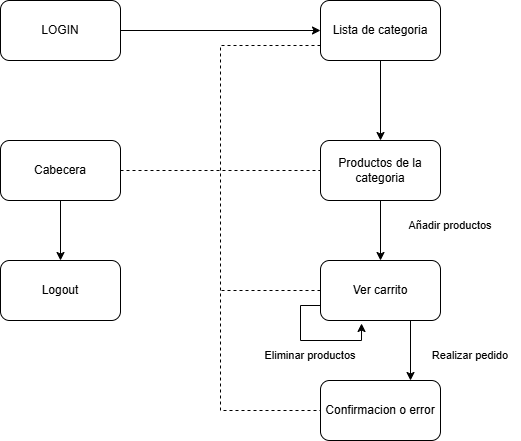
The draw.io diagram PHP/Extraordinaria/AplicacionPHP/1. Diseño.drawio.png in lugosi92/D.A.W.2, before a commit. Source tidied: cells renumbered, new cells last; positions are measured from the earlier drawing's top-left corner, leaving out a move shared by most shapes. Its diagram source:
```xml
<mxGraphModel>
  <root>
    <mxCell id="0" />
    <mxCell id="1" parent="0" />
    <mxCell id="2" style="edgeStyle=orthogonalEdgeStyle;rounded=0;jettySize=auto;html=1;exitX=1;exitY=0.5;exitDx=0;exitDy=0;entryX=0;entryY=0.5;entryDx=0;entryDy=0;" parent="1" edge="1" source="3" target="6">
      <mxGeometry relative="1" as="geometry" />
    </mxCell>
    <mxCell id="3" value="LOGIN" style="rounded=1;whiteSpace=wrap;html=1;" parent="1" vertex="1">
      <mxGeometry width="120" height="60" as="geometry" />
    </mxCell>
    <mxCell id="4" style="edgeStyle=orthogonalEdgeStyle;rounded=0;jettySize=auto;html=1;exitX=0.5;exitY=1;exitDx=0;exitDy=0;entryX=0.5;entryY=0;entryDx=0;entryDy=0;" parent="1" edge="1" source="6" target="8">
      <mxGeometry relative="1" as="geometry" />
    </mxCell>
    <mxCell id="5" style="edgeStyle=orthogonalEdgeStyle;shape=connector;rounded=0;jettySize=auto;html=1;exitX=0;exitY=0.75;exitDx=0;exitDy=0;entryX=0;entryY=0.5;entryDx=0;entryDy=0;dashed=1;strokeColor=default;align=center;verticalAlign=middle;fontFamily=Helvetica;fontSize=11;fontColor=default;labelBackgroundColor=default;startFill=0;endArrow=none;" parent="1" edge="1" source="6" target="12">
      <mxGeometry relative="1" as="geometry">
        <Array as="points">
          <mxPoint x="220" y="45" />
          <mxPoint x="220" y="410" />
        </Array>
      </mxGeometry>
    </mxCell>
    <mxCell id="6" value="Lista de categoria" style="rounded=1;whiteSpace=wrap;html=1;" parent="1" vertex="1">
      <mxGeometry x="320" width="120" height="60" as="geometry" />
    </mxCell>
    <mxCell id="7" style="edgeStyle=orthogonalEdgeStyle;rounded=0;jettySize=auto;html=1;exitX=0.5;exitY=1;exitDx=0;exitDy=0;entryX=0.5;entryY=0;entryDx=0;entryDy=0;" parent="1" edge="1" source="8" target="11">
      <mxGeometry relative="1" as="geometry" />
    </mxCell>
    <mxCell id="8" value="Productos de la categoria" style="rounded=1;whiteSpace=wrap;html=1;" parent="1" vertex="1">
      <mxGeometry x="320" y="140" width="120" height="60" as="geometry" />
    </mxCell>
    <mxCell id="9" style="edgeStyle=orthogonalEdgeStyle;shape=connector;rounded=0;jettySize=auto;html=1;exitX=0;exitY=0.5;exitDx=0;exitDy=0;dashed=1;strokeColor=default;align=center;verticalAlign=middle;fontFamily=Helvetica;fontSize=11;fontColor=default;labelBackgroundColor=default;startFill=0;endArrow=none;" parent="1" edge="1" source="11">
      <mxGeometry relative="1" as="geometry">
        <mxPoint x="220" y="290" as="targetPoint" />
      </mxGeometry>
    </mxCell>
    <mxCell id="10" style="edgeStyle=orthogonalEdgeStyle;shape=connector;rounded=0;jettySize=auto;html=1;exitX=0.75;exitY=1;exitDx=0;exitDy=0;entryX=0.75;entryY=0;entryDx=0;entryDy=0;strokeColor=default;align=center;verticalAlign=middle;fontFamily=Helvetica;fontSize=11;fontColor=default;labelBackgroundColor=default;startFill=0;endArrow=classic;endFill=1;" parent="1" edge="1" source="11" target="12">
      <mxGeometry relative="1" as="geometry" />
    </mxCell>
    <mxCell id="11" value="Ver carrito" style="rounded=1;whiteSpace=wrap;html=1;" parent="1" vertex="1">
      <mxGeometry x="320" y="260" width="120" height="60" as="geometry" />
    </mxCell>
    <mxCell id="12" value="Confirmacion o error" style="rounded=1;whiteSpace=wrap;html=1;" parent="1" vertex="1">
      <mxGeometry x="320" y="380" width="120" height="60" as="geometry" />
    </mxCell>
    <mxCell id="13" style="edgeStyle=orthogonalEdgeStyle;rounded=0;jettySize=auto;html=1;exitX=0.5;exitY=1;exitDx=0;exitDy=0;" parent="1" edge="1" source="15" target="16">
      <mxGeometry relative="1" as="geometry" />
    </mxCell>
    <mxCell id="14" style="edgeStyle=orthogonalEdgeStyle;rounded=0;jettySize=auto;html=1;exitX=1;exitY=0.5;exitDx=0;exitDy=0;entryX=0;entryY=0.5;entryDx=0;entryDy=0;endArrow=none;startFill=0;dashed=1;" parent="1" edge="1" source="15" target="8">
      <mxGeometry relative="1" as="geometry" />
    </mxCell>
    <mxCell id="15" value="Cabecera" style="rounded=1;whiteSpace=wrap;html=1;" parent="1" vertex="1">
      <mxGeometry y="140" width="120" height="60" as="geometry" />
    </mxCell>
    <mxCell id="16" value="Logout" style="rounded=1;whiteSpace=wrap;html=1;" parent="1" vertex="1">
      <mxGeometry y="260" width="120" height="60" as="geometry" />
    </mxCell>
    <mxCell id="17" style="edgeStyle=orthogonalEdgeStyle;shape=connector;rounded=0;orthogonalLoop=1;jettySize=auto;html=1;exitX=0;exitY=0.75;exitDx=0;exitDy=0;entryX=0.342;entryY=1.05;entryDx=0;entryDy=0;entryPerimeter=0;strokeColor=default;align=center;verticalAlign=middle;fontFamily=Helvetica;fontSize=11;fontColor=default;labelBackgroundColor=default;startFill=0;endArrow=classic;endFill=1;" parent="1" edge="1" source="11" target="11">
      <mxGeometry relative="1" as="geometry" />
    </mxCell>
    <mxCell id="18" value="Añadir productos" style="text;html=1;align=center;verticalAlign=middle;whiteSpace=wrap;rounded=0;fontFamily=Helvetica;fontSize=11;fontColor=default;labelBackgroundColor=default;" parent="1" vertex="1">
      <mxGeometry x="400" y="210" width="100" height="30" as="geometry" />
    </mxCell>
    <mxCell id="19" value="Realizar pedido" style="text;html=1;align=center;verticalAlign=middle;whiteSpace=wrap;rounded=0;fontFamily=Helvetica;fontSize=11;fontColor=default;labelBackgroundColor=default;" parent="1" vertex="1">
      <mxGeometry x="420" y="340" width="100" height="30" as="geometry" />
    </mxCell>
    <mxCell id="20" value="Eliminar productos" style="text;html=1;align=center;verticalAlign=middle;whiteSpace=wrap;rounded=0;fontFamily=Helvetica;fontSize=11;fontColor=default;labelBackgroundColor=default;" parent="1" vertex="1">
      <mxGeometry x="260" y="340" width="100" height="30" as="geometry" />
    </mxCell>
  </root>
</mxGraphModel>
```
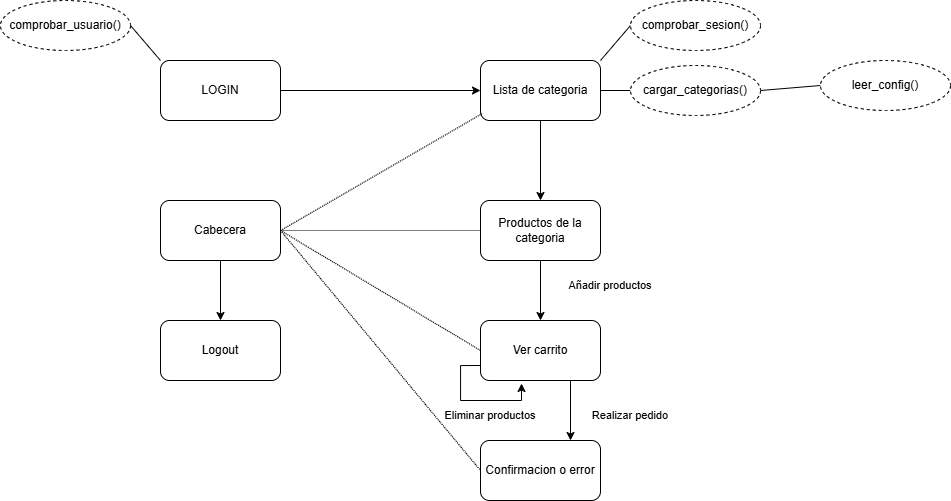
After the commit.

What changed in the source:
```diff
@@ -11,14 +11,12 @@
     <mxCell id="4" style="edgeStyle=orthogonalEdgeStyle;rounded=0;jettySize=auto;html=1;exitX=0.5;exitY=1;exitDx=0;exitDy=0;entryX=0.5;entryY=0;entryDx=0;entryDy=0;" parent="1" edge="1" source="6" target="8">
       <mxGeometry relative="1" as="geometry" />
     </mxCell>
-    <mxCell id="5" style="edgeStyle=orthogonalEdgeStyle;shape=connector;rounded=0;jettySize=auto;html=1;exitX=0;exitY=0.75;exitDx=0;exitDy=0;entryX=0;entryY=0.5;entryDx=0;entryDy=0;dashed=1;strokeColor=default;align=center;verticalAlign=middle;fontFamily=Helvetica;fontSize=11;fontColor=default;labelBackgroundColor=default;startFill=0;endArrow=none;" parent="1" edge="1" source="6" target="12">
-      <mxGeometry relative="1" as="geometry">
-        <Array as="points">
-          <mxPoint x="220" y="45" />
-          <mxPoint x="220" y="410" />
-        </Array>
-      </mxGeometry>
-    </mxCell>
+    <mxCell id="21" style="edgeStyle=none;shape=connector;rounded=0;jettySize=auto;html=1;exitX=1;exitY=0.5;exitDx=0;exitDy=0;entryX=0;entryY=0.5;entryDx=0;entryDy=0;strokeColor=default;align=center;verticalAlign=middle;fontFamily=Helvetica;fontSize=11;fontColor=default;labelBackgroundColor=default;startFill=0;endArrow=none;" parent="1" edge="1" source="6" target="30">
+      <mxGeometry relative="1" as="geometry" />
+    </mxCell>
+    <mxCell id="22" style="edgeStyle=none;shape=connector;rounded=0;jettySize=auto;html=1;exitX=1;exitY=0;exitDx=0;exitDy=0;entryX=0;entryY=0.5;entryDx=0;entryDy=0;strokeColor=default;align=center;verticalAlign=middle;fontFamily=Helvetica;fontSize=11;fontColor=default;labelBackgroundColor=default;startFill=0;endArrow=none;" parent="1" edge="1" source="6" target="27">
+      <mxGeometry relative="1" as="geometry" />
+    </mxCell>
     <mxCell id="6" value="Lista de categoria" style="rounded=1;whiteSpace=wrap;html=1;" parent="1" vertex="1">
       <mxGeometry x="320" width="120" height="60" as="geometry" />
     </mxCell>
@@ -28,11 +26,6 @@
     <mxCell id="8" value="Productos de la categoria" style="rounded=1;whiteSpace=wrap;html=1;" parent="1" vertex="1">
       <mxGeometry x="320" y="140" width="120" height="60" as="geometry" />
     </mxCell>
-    <mxCell id="9" style="edgeStyle=orthogonalEdgeStyle;shape=connector;rounded=0;jettySize=auto;html=1;exitX=0;exitY=0.5;exitDx=0;exitDy=0;dashed=1;strokeColor=default;align=center;verticalAlign=middle;fontFamily=Helvetica;fontSize=11;fontColor=default;labelBackgroundColor=default;startFill=0;endArrow=none;" parent="1" edge="1" source="11">
-      <mxGeometry relative="1" as="geometry">
-        <mxPoint x="220" y="290" as="targetPoint" />
-      </mxGeometry>
-    </mxCell>
     <mxCell id="10" style="edgeStyle=orthogonalEdgeStyle;shape=connector;rounded=0;jettySize=auto;html=1;exitX=0.75;exitY=1;exitDx=0;exitDy=0;entryX=0.75;entryY=0;entryDx=0;entryDy=0;strokeColor=default;align=center;verticalAlign=middle;fontFamily=Helvetica;fontSize=11;fontColor=default;labelBackgroundColor=default;startFill=0;endArrow=classic;endFill=1;" parent="1" edge="1" source="11" target="12">
       <mxGeometry relative="1" as="geometry" />
     </mxCell>
@@ -45,9 +38,15 @@
     <mxCell id="13" style="edgeStyle=orthogonalEdgeStyle;rounded=0;jettySize=auto;html=1;exitX=0.5;exitY=1;exitDx=0;exitDy=0;" parent="1" edge="1" source="15" target="16">
       <mxGeometry relative="1" as="geometry" />
     </mxCell>
-    <mxCell id="14" style="edgeStyle=orthogonalEdgeStyle;rounded=0;jettySize=auto;html=1;exitX=1;exitY=0.5;exitDx=0;exitDy=0;entryX=0;entryY=0.5;entryDx=0;entryDy=0;endArrow=none;startFill=0;dashed=1;" parent="1" edge="1" source="15" target="8">
+    <mxCell id="14" style="edgeStyle=none;shape=connector;rounded=0;jettySize=auto;html=1;exitX=1;exitY=0.5;exitDx=0;exitDy=0;entryX=0;entryY=0.5;entryDx=0;entryDy=0;strokeColor=default;align=center;verticalAlign=middle;fontFamily=Helvetica;fontSize=11;fontColor=default;labelBackgroundColor=default;startFill=0;endArrow=none;dashed=1;dashPattern=1 1;" parent="1" edge="1" source="15" target="8">
       <mxGeometry relative="1" as="geometry" />
     </mxCell>
+    <mxCell id="23" style="edgeStyle=none;shape=connector;rounded=0;jettySize=auto;html=1;exitX=1;exitY=0.5;exitDx=0;exitDy=0;entryX=0;entryY=0.5;entryDx=0;entryDy=0;dashed=1;dashPattern=1 1;strokeColor=default;align=center;verticalAlign=middle;fontFamily=Helvetica;fontSize=11;fontColor=default;labelBackgroundColor=default;startFill=0;endArrow=none;" parent="1" edge="1" source="15" target="11">
+      <mxGeometry relative="1" as="geometry" />
+    </mxCell>
+    <mxCell id="24" style="edgeStyle=none;shape=connector;rounded=0;jettySize=auto;html=1;exitX=1;exitY=0.5;exitDx=0;exitDy=0;entryX=0;entryY=0.5;entryDx=0;entryDy=0;dashed=1;dashPattern=1 1;strokeColor=default;align=center;verticalAlign=middle;fontFamily=Helvetica;fontSize=11;fontColor=default;labelBackgroundColor=default;startFill=0;endArrow=none;" parent="1" edge="1" source="15" target="12">
+      <mxGeometry relative="1" as="geometry" />
+    </mxCell>
     <mxCell id="15" value="Cabecera" style="rounded=1;whiteSpace=wrap;html=1;" parent="1" vertex="1">
       <mxGeometry y="140" width="120" height="60" as="geometry" />
     </mxCell>
@@ -64,7 +63,28 @@
       <mxGeometry x="420" y="340" width="100" height="30" as="geometry" />
     </mxCell>
     <mxCell id="20" value="Eliminar productos" style="text;html=1;align=center;verticalAlign=middle;whiteSpace=wrap;rounded=0;fontFamily=Helvetica;fontSize=11;fontColor=default;labelBackgroundColor=default;" parent="1" vertex="1">
-      <mxGeometry x="260" y="340" width="100" height="30" as="geometry" />
+      <mxGeometry x="280" y="340" width="100" height="30" as="geometry" />
     </mxCell>
+    <mxCell id="25" style="rounded=0;jettySize=auto;html=1;exitX=1;exitY=0.5;exitDx=0;exitDy=0;entryX=0;entryY=0;entryDx=0;entryDy=0;endArrow=none;startFill=0;" parent="1" edge="1" source="26" target="3">
+      <mxGeometry relative="1" as="geometry" />
+    </mxCell>
+    <mxCell id="26" value="comprobar_usuario()" style="ellipse;whiteSpace=wrap;html=1;dashed=1;" parent="1" vertex="1">
+      <mxGeometry x="-160" y="-60" width="130" height="50" as="geometry" />
+    </mxCell>
+    <mxCell id="27" value="comprobar_sesion()" style="ellipse;whiteSpace=wrap;html=1;dashed=1;" parent="1" vertex="1">
+      <mxGeometry x="470" y="-60" width="130" height="50" as="geometry" />
+    </mxCell>
+    <mxCell id="28" style="edgeStyle=none;shape=connector;rounded=0;jettySize=auto;html=1;exitX=1;exitY=0.5;exitDx=0;exitDy=0;entryX=0.022;entryY=0.876;entryDx=0;entryDy=0;entryPerimeter=0;strokeColor=default;align=center;verticalAlign=middle;fontFamily=Helvetica;fontSize=11;fontColor=default;labelBackgroundColor=default;startFill=0;endArrow=none;dashed=1;dashPattern=1 1;" parent="1" edge="1" source="15" target="6">
+      <mxGeometry relative="1" as="geometry" />
+    </mxCell>
+    <mxCell id="29" style="edgeStyle=none;shape=connector;rounded=0;jettySize=auto;html=1;exitX=1;exitY=0.5;exitDx=0;exitDy=0;entryX=0;entryY=0.5;entryDx=0;entryDy=0;strokeColor=default;align=center;verticalAlign=middle;fontFamily=Helvetica;fontSize=11;fontColor=default;labelBackgroundColor=default;startFill=0;endArrow=none;" parent="1" edge="1" source="30" target="31">
+      <mxGeometry relative="1" as="geometry" />
+    </mxCell>
+    <mxCell id="30" value="cargar_categorias()" style="ellipse;whiteSpace=wrap;html=1;dashed=1;" parent="1" vertex="1">
+      <mxGeometry x="470" y="5" width="130" height="50" as="geometry" />
+    </mxCell>
+    <mxCell id="31" value="leer_config()" style="ellipse;whiteSpace=wrap;html=1;dashed=1;" parent="1" vertex="1">
+      <mxGeometry x="660" width="130" height="50" as="geometry" />
+    </mxCell>
   </root>
 </mxGraphModel>
```
